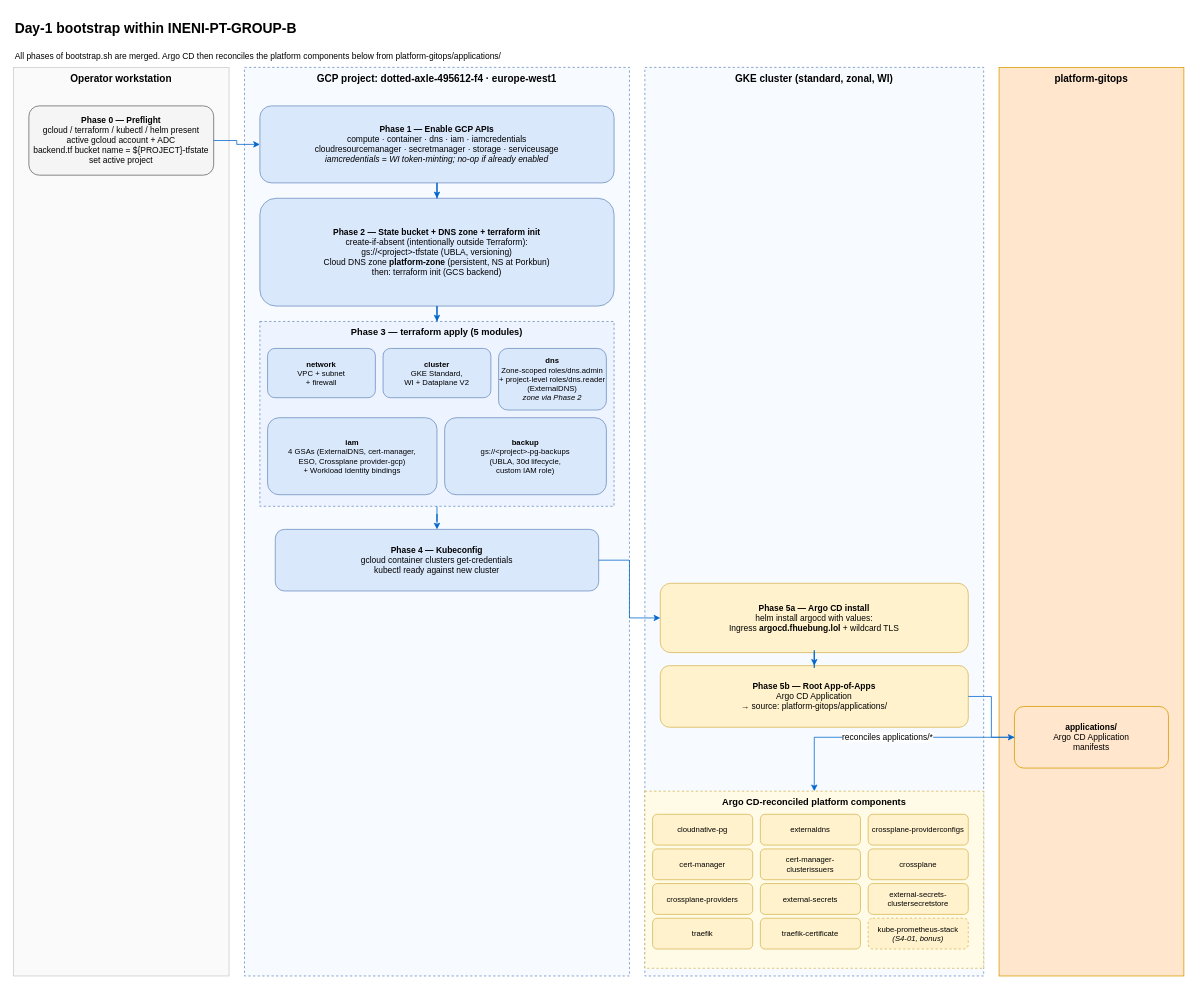
This is docs/architecture/day1-bootstrap.drawio from INENI-PT-GROUP-B/platform, a draw.io file, before an edit. Source tidied: cells renumbered, new cells numbered last; positions are measured from the earlier drawing's top-left corner, leaving out a move shared by most shapes. Both pictures are drawn from the tidied source at 77%, with x=0, y=0 at pixel (13, 13).
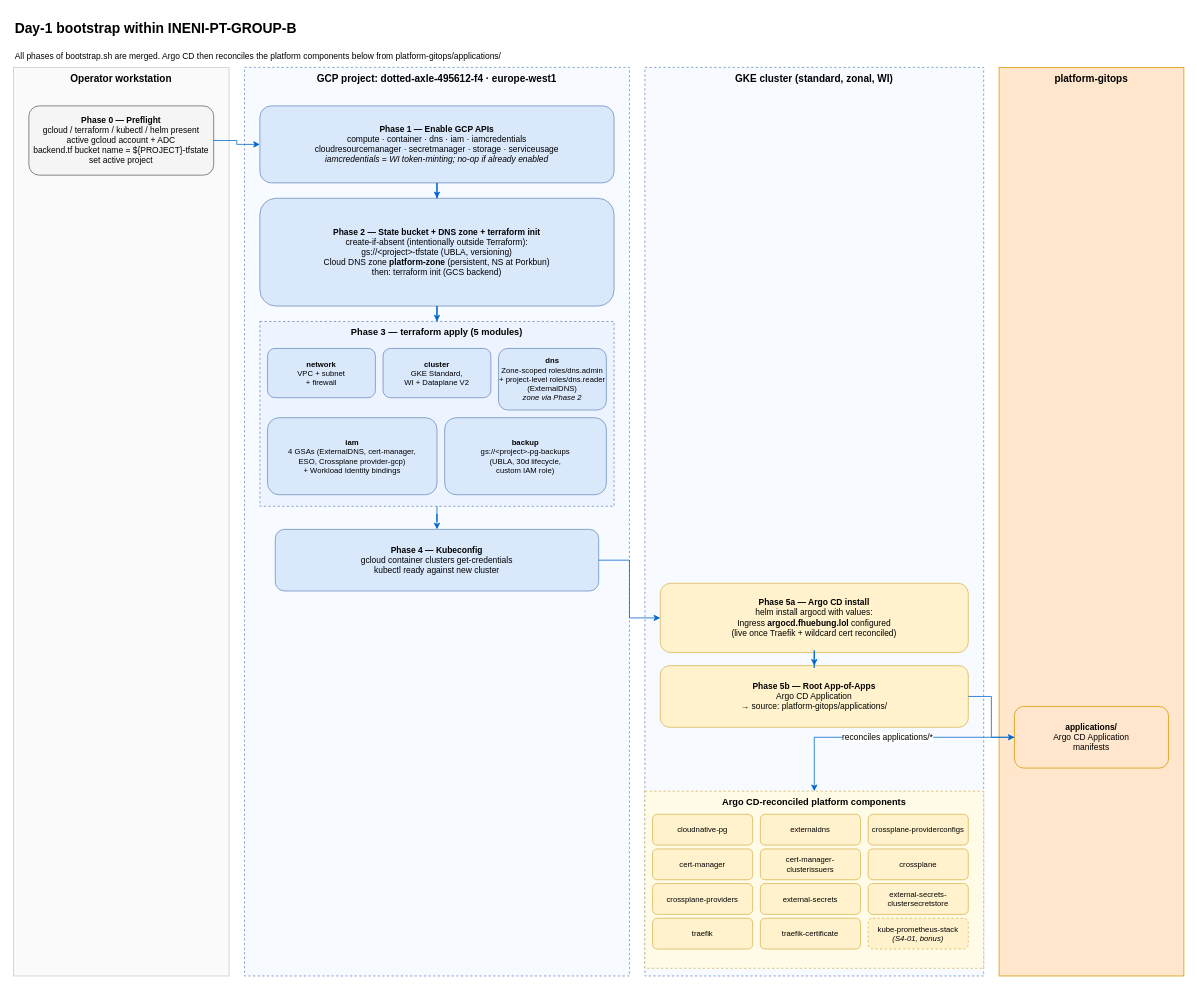
After the change.

Commit message (it also covers changes not shown here):
docs(architecture): address review on Day-1 and Day-2 diagrams

The edit, as a diff of the source:
```diff
@@
-    <mxCell id="18" value="&lt;b&gt;Phase 5a — Argo CD install&lt;/b&gt;&lt;br&gt;helm install argocd with values:&lt;br&gt;Ingress &lt;b&gt;argocd.fhuebung.lol&lt;/b&gt; + wildcard TLS" style="rounded=1;whiteSpace=wrap;html=1;fontSize=11;fillColor=#fff2cc;strokeColor=#d6b656;dashed=0;verticalAlign=middle;align=center;" parent="1" vertex="1">
+    <mxCell id="18" value="&lt;b&gt;Phase 5a — Argo CD install&lt;/b&gt;&lt;br&gt;helm install argocd with values:&lt;br&gt;Ingress &lt;b&gt;argocd.fhuebung.lol&lt;/b&gt; configured&lt;br&gt;(live once Traefik + wildcard cert reconciled)" style="rounded=1;whiteSpace=wrap;html=1;fontSize=11;fillColor=#fff2cc;strokeColor=#d6b656;dashed=0;verticalAlign=middle;align=center;" parent="1" vertex="1">
       <mxGeometry x="840" y="740" width="400" height="90" as="geometry" />
     </mxCell>
```
